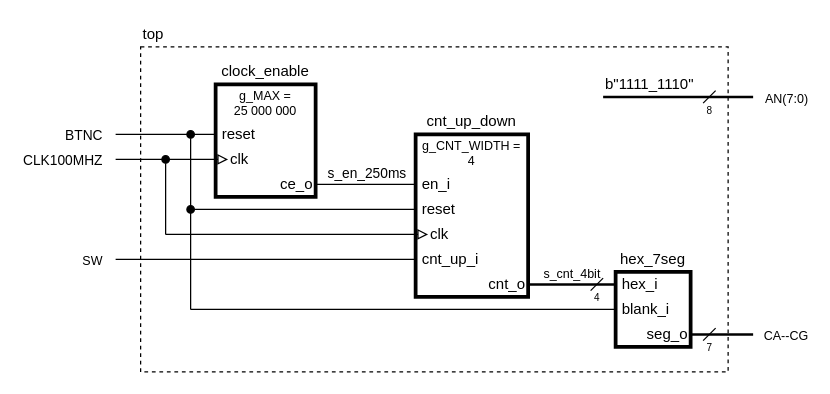
Above: labs/06-counter/images/lab6_counter.drawio in tomas-fryza/vhdl-course (draw.io), before the change. Source tidied: cells renumbered, new cells numbered last; positions are measured from the earlier drawing's top-left corner, leaving out a move shared by most shapes. Both pictures are drawn from the tidied source at 125%, with x=0, y=0 at pixel (115, 21).
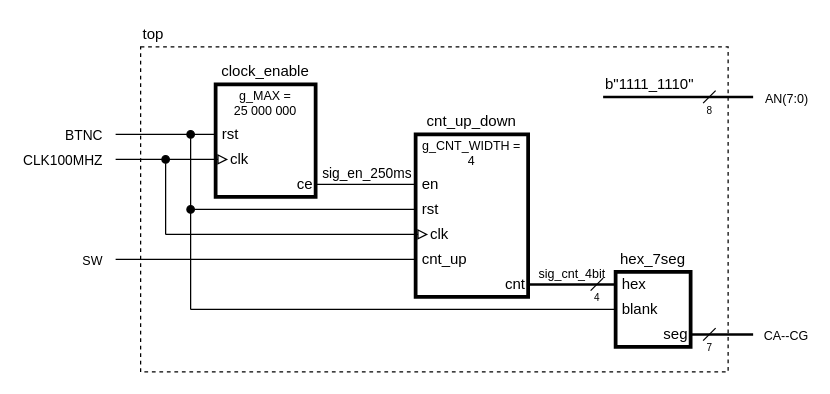
The same page after the edit.

Commit message (it also covers changes not shown here):
Port names updated

The change refers to these unchanged cells:
```xml
<mxCell id="13" style="endArrow=none;html=1;rounded=0;" parent="1" edge="1" source="8" target="18">
  <mxGeometry relative="1" as="geometry" />
</mxCell>
<mxCell id="34" style="endArrow=none;html=1;rounded=0;fontSize=10;strokeWidth=2;" parent="1" edge="1" source="22" target="31">
  <mxGeometry relative="1" as="geometry" />
</mxCell>
```

The edit, as a diff of the source:
```diff
@@
-    <mxCell id="6" value="&lt;div&gt;&amp;nbsp;reset&lt;/div&gt;" style="text;html=1;strokeColor=none;fillColor=none;align=left;verticalAlign=middle;whiteSpace=wrap;rounded=0;" parent="1" vertex="1">
+    <mxCell id="6" value="&lt;div&gt;&amp;nbsp;rst&lt;/div&gt;" style="text;html=1;strokeColor=none;fillColor=none;align=left;verticalAlign=middle;whiteSpace=wrap;rounded=0;" parent="1" vertex="1">
       <mxGeometry x="80" y="80" width="70" height="20" as="geometry" />
     </mxCell>
@@
-    <mxCell id="8" value="ce_o" style="text;html=1;strokeColor=none;fillColor=none;align=right;verticalAlign=middle;whiteSpace=wrap;rounded=0;" parent="1" vertex="1">
+    <mxCell id="8" value="ce" style="text;html=1;strokeColor=none;fillColor=none;align=right;verticalAlign=middle;whiteSpace=wrap;rounded=0;" parent="1" vertex="1">
       <mxGeometry x="100" y="120" width="60" height="20" as="geometry" />
     </mxCell>
@@
-    <mxCell id="14" value="s_en_250ms" style="edgeLabel;html=1;align=center;verticalAlign=middle;" parent="13" vertex="1">
+    <mxCell id="14" value="sig_en_250ms" style="edgeLabel;html=1;align=center;verticalAlign=middle;" parent="13" vertex="1">
       <mxGeometry x="0.34" relative="1" as="geometry">
         <mxPoint x="-14" y="-10" as="offset" />
       </mxGeometry>
     </mxCell>
@@
-    <mxCell id="18" value="&amp;nbsp;en_i" style="text;html=1;strokeColor=none;fillColor=none;align=left;verticalAlign=middle;whiteSpace=wrap;rounded=0;" parent="1" vertex="1">
+    <mxCell id="18" value="&amp;nbsp;en" style="text;html=1;strokeColor=none;fillColor=none;align=left;verticalAlign=middle;whiteSpace=wrap;rounded=0;" parent="1" vertex="1">
       <mxGeometry x="240" y="120" width="70" height="20" as="geometry" />
     </mxCell>
-    <mxCell id="19" value="&amp;nbsp;reset" style="text;html=1;strokeColor=none;fillColor=none;align=left;verticalAlign=middle;whiteSpace=wrap;rounded=0;" parent="1" vertex="1">
+    <mxCell id="19" value="&amp;nbsp;rst" style="text;html=1;strokeColor=none;fillColor=none;align=left;verticalAlign=middle;whiteSpace=wrap;rounded=0;" parent="1" vertex="1">
       <mxGeometry x="240" y="140" width="70" height="20" as="geometry" />
     </mxCell>
@@
-    <mxCell id="21" value="&amp;nbsp;cnt_up_i" style="text;html=1;strokeColor=none;fillColor=none;align=left;verticalAlign=middle;whiteSpace=wrap;rounded=0;" parent="1" vertex="1">
+    <mxCell id="21" value="&amp;nbsp;cnt_up" style="text;html=1;strokeColor=none;fillColor=none;align=left;verticalAlign=middle;whiteSpace=wrap;rounded=0;" parent="1" vertex="1">
       <mxGeometry x="240" y="180" width="70" height="20" as="geometry" />
     </mxCell>
-    <mxCell id="22" value="cnt_o" style="text;html=1;strokeColor=none;fillColor=none;align=right;verticalAlign=middle;whiteSpace=wrap;rounded=0;" parent="1" vertex="1">
+    <mxCell id="22" value="cnt" style="text;html=1;strokeColor=none;fillColor=none;align=right;verticalAlign=middle;whiteSpace=wrap;rounded=0;" parent="1" vertex="1">
       <mxGeometry x="270" y="200" width="60" height="20" as="geometry" />
     </mxCell>
@@
-    <mxCell id="31" value="&amp;nbsp;hex_i" style="text;html=1;strokeColor=none;fillColor=none;align=left;verticalAlign=middle;whiteSpace=wrap;rounded=0;" parent="1" vertex="1">
+    <mxCell id="31" value="&amp;nbsp;hex" style="text;html=1;strokeColor=none;fillColor=none;align=left;verticalAlign=middle;whiteSpace=wrap;rounded=0;" parent="1" vertex="1">
       <mxGeometry x="400" y="200" width="70" height="20" as="geometry" />
     </mxCell>
-    <mxCell id="32" value="&amp;nbsp;blank_i" style="text;html=1;strokeColor=none;fillColor=none;align=left;verticalAlign=middle;whiteSpace=wrap;rounded=0;" parent="1" vertex="1">
+    <mxCell id="32" value="&amp;nbsp;blank" style="text;html=1;strokeColor=none;fillColor=none;align=left;verticalAlign=middle;whiteSpace=wrap;rounded=0;" parent="1" vertex="1">
       <mxGeometry x="400" y="220" width="70" height="20" as="geometry" />
     </mxCell>
-    <mxCell id="33" value="seg_o" style="text;html=1;strokeColor=none;fillColor=none;align=right;verticalAlign=middle;whiteSpace=wrap;rounded=0;" parent="1" vertex="1">
+    <mxCell id="33" value="seg" style="text;html=1;strokeColor=none;fillColor=none;align=right;verticalAlign=middle;whiteSpace=wrap;rounded=0;" parent="1" vertex="1">
       <mxGeometry x="410" y="240" width="50" height="20" as="geometry" />
     </mxCell>
@@
-    <mxCell id="35" value="s_cnt_4bit" style="edgeLabel;html=1;align=center;verticalAlign=middle;fontSize=10;" parent="34" vertex="1">
+    <mxCell id="35" value="sig_cnt_4bit" style="edgeLabel;html=1;align=center;verticalAlign=middle;fontSize=10;" parent="34" vertex="1">
       <mxGeometry x="0.2" relative="1" as="geometry">
         <mxPoint x="-8" y="-10" as="offset" />
       </mxGeometry>
     </mxCell>
```
